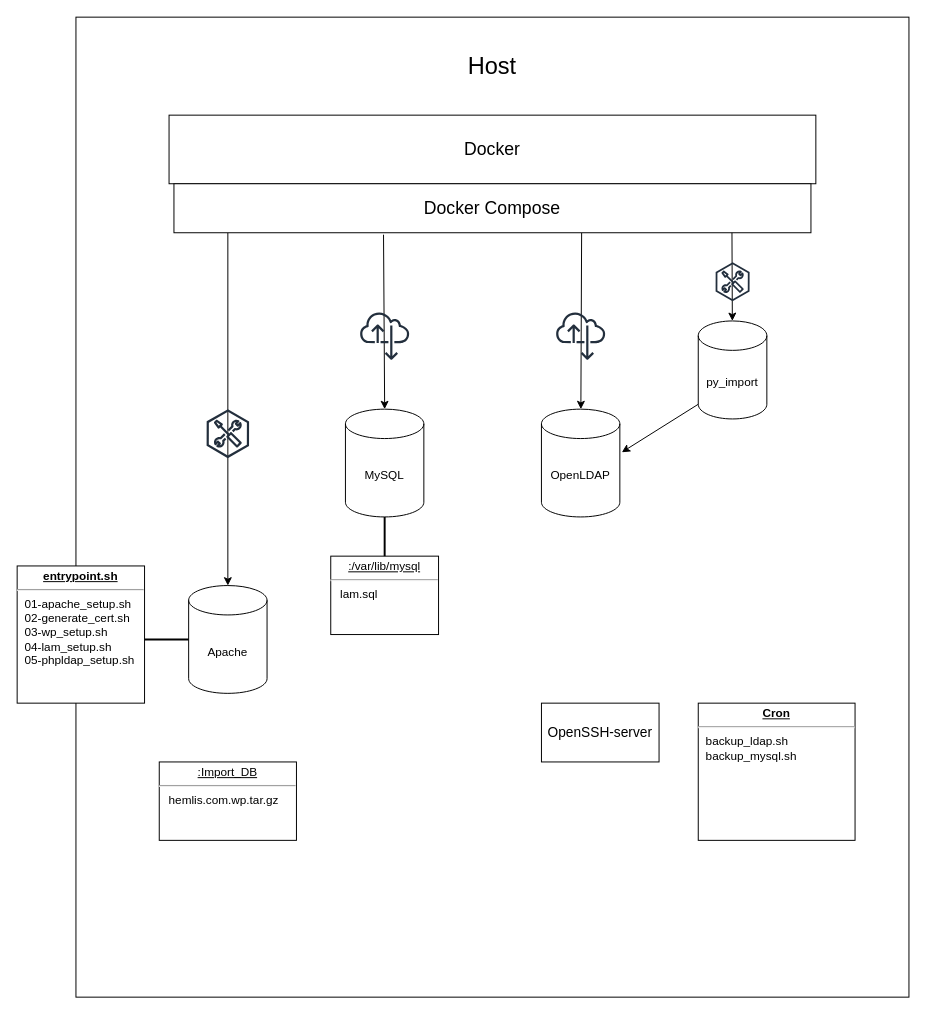
The draw.io diagram Flowcharts/service flowchart.drawio in mrmysko/Linux2-Grubbarbete, before the edit. Source tidied: cells renumbered, new cells numbered last; positions are measured from the earlier drawing's top-left corner, leaving out a move shared by most shapes. Both pictures are drawn from the tidied source at 98%, with x=0, y=0 at pixel (17, 17).
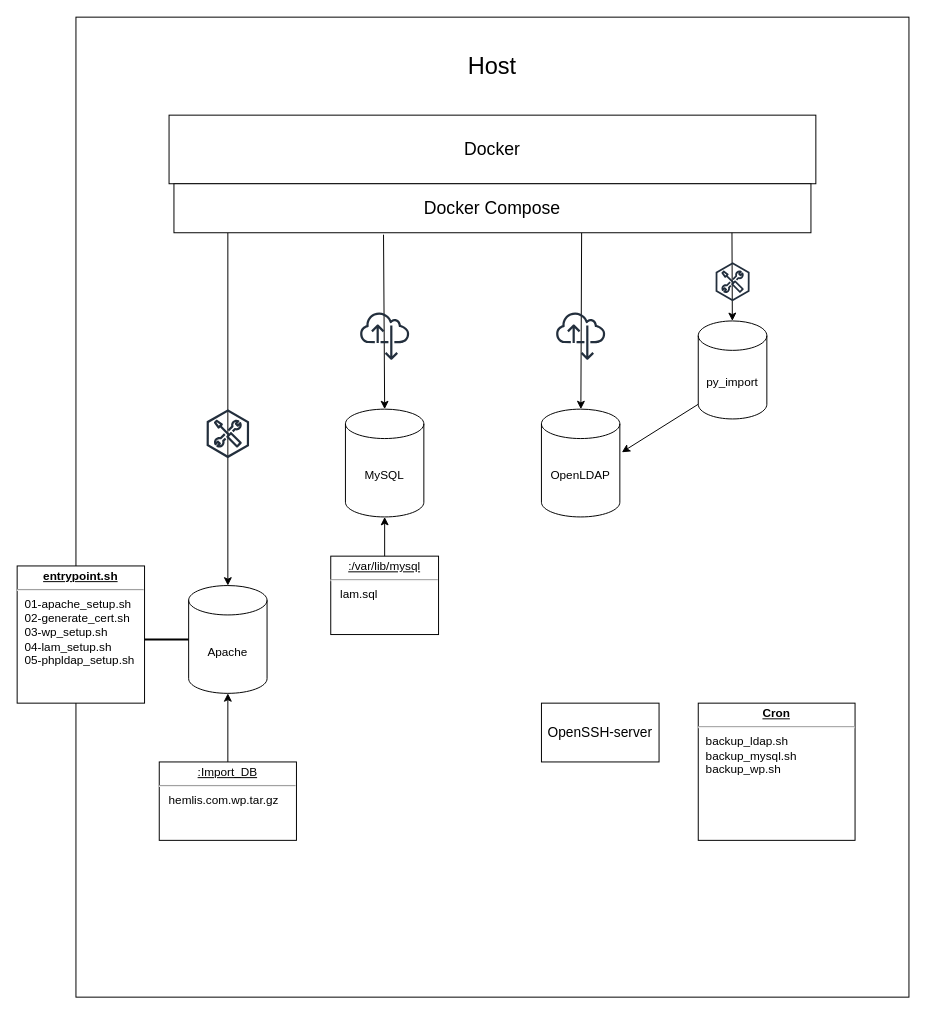
After the change.

The change refers to these unchanged cells:
```xml
<mxCell id="6" value="MySQL" style="shape=cylinder3;whiteSpace=wrap;html=1;boundedLbl=1;backgroundOutline=1;size=15;" parent="1" vertex="1">
  <mxGeometry x="335" y="400" width="80" height="110" as="geometry" />
</mxCell>
<mxCell id="21" value="&lt;p style=&quot;margin:0px;margin-top:4px;text-align:center;text-decoration:underline;&quot;&gt;&lt;span style=&quot;background-color: initial;&quot;&gt;:/var/lib/mysql&lt;/span&gt;&lt;br&gt;&lt;/p&gt;&lt;hr&gt;&lt;div&gt;&amp;nbsp;&amp;nbsp; lam.sql&lt;/div&gt;" style="verticalAlign=top;align=left;overflow=fill;fontSize=12;fontFamily=Helvetica;html=1;whiteSpace=wrap;" parent="1" vertex="1">
  <mxGeometry x="320" y="550" width="110" height="80" as="geometry" />
</mxCell>
<mxCell id="23" value="Apache" style="shape=cylinder3;whiteSpace=wrap;html=1;boundedLbl=1;backgroundOutline=1;size=15;" parent="1" vertex="1">
  <mxGeometry x="175" y="580" width="80" height="110" as="geometry" />
</mxCell>
<mxCell id="25" value="&lt;p style=&quot;margin:0px;margin-top:4px;text-align:center;text-decoration:underline;&quot;&gt;&lt;span style=&quot;background-color: initial;&quot;&gt;:Import_DB&lt;/span&gt;&lt;br&gt;&lt;/p&gt;&lt;hr&gt;&lt;div&gt;&amp;nbsp; &amp;nbsp;hemlis.com.wp.tar.gz&lt;/div&gt;" style="verticalAlign=top;align=left;overflow=fill;fontSize=12;fontFamily=Helvetica;html=1;whiteSpace=wrap;" parent="1" vertex="1">
  <mxGeometry x="145" y="760" width="140" height="80" as="geometry" />
</mxCell>
```

The edit, as a diff of the source:
```diff
@@
-    <mxCell id="17" value="&lt;p style=&quot;margin:0px;margin-top:4px;text-align:center;text-decoration:underline;&quot;&gt;&lt;b&gt;Cron&lt;/b&gt;&lt;br&gt;&lt;/p&gt;&lt;hr&gt;&lt;p style=&quot;margin:0px;margin-left:8px;&quot;&gt;backup_ldap.sh&lt;/p&gt;&lt;p style=&quot;margin:0px;margin-left:8px;&quot;&gt;backup_mysql.sh&lt;br&gt;&lt;/p&gt;" style="verticalAlign=top;align=left;overflow=fill;fontSize=12;fontFamily=Helvetica;html=1;whiteSpace=wrap;" parent="1" vertex="1">
+    <mxCell id="17" value="&lt;p style=&quot;margin:0px;margin-top:4px;text-align:center;text-decoration:underline;&quot;&gt;&lt;b&gt;Cron&lt;/b&gt;&lt;br&gt;&lt;/p&gt;&lt;hr&gt;&lt;p style=&quot;margin:0px;margin-left:8px;&quot;&gt;backup_ldap.sh&lt;/p&gt;&lt;p style=&quot;margin:0px;margin-left:8px;&quot;&gt;backup_mysql.sh&lt;br&gt;&lt;/p&gt;&lt;p style=&quot;margin:0px;margin-left:8px;&quot;&gt;backup_wp.sh&lt;/p&gt;" style="verticalAlign=top;align=left;overflow=fill;fontSize=12;fontFamily=Helvetica;html=1;whiteSpace=wrap;" parent="1" vertex="1">
       <mxGeometry x="695" y="700" width="160" height="140" as="geometry" />
     </mxCell>
@@
-    <mxCell id="24" style="line;strokeWidth=2;direction=south;html=1;" parent="1" vertex="1">
-      <mxGeometry x="370" y="510" width="10" height="40" as="geometry" />
-    </mxCell>
@@
+    <mxCell id="26" style="endArrow=classic;html=1;exitX=0.5;exitY=0;exitDx=0;exitDy=0;entryX=0.5;entryY=1;entryDx=0;entryDy=0;entryPerimeter=0;" parent="1" edge="1" source="25" target="23">
+      <mxGeometry relative="1" as="geometry" />
+    </mxCell>
+    <mxCell id="27" style="endArrow=classic;html=1;exitX=0.5;exitY=0;exitDx=0;exitDy=0;entryX=0.5;entryY=1;entryDx=0;entryDy=0;entryPerimeter=0;" parent="1" edge="1" source="21" target="6">
+      <mxGeometry relative="1" as="geometry" />
+    </mxCell>
```
